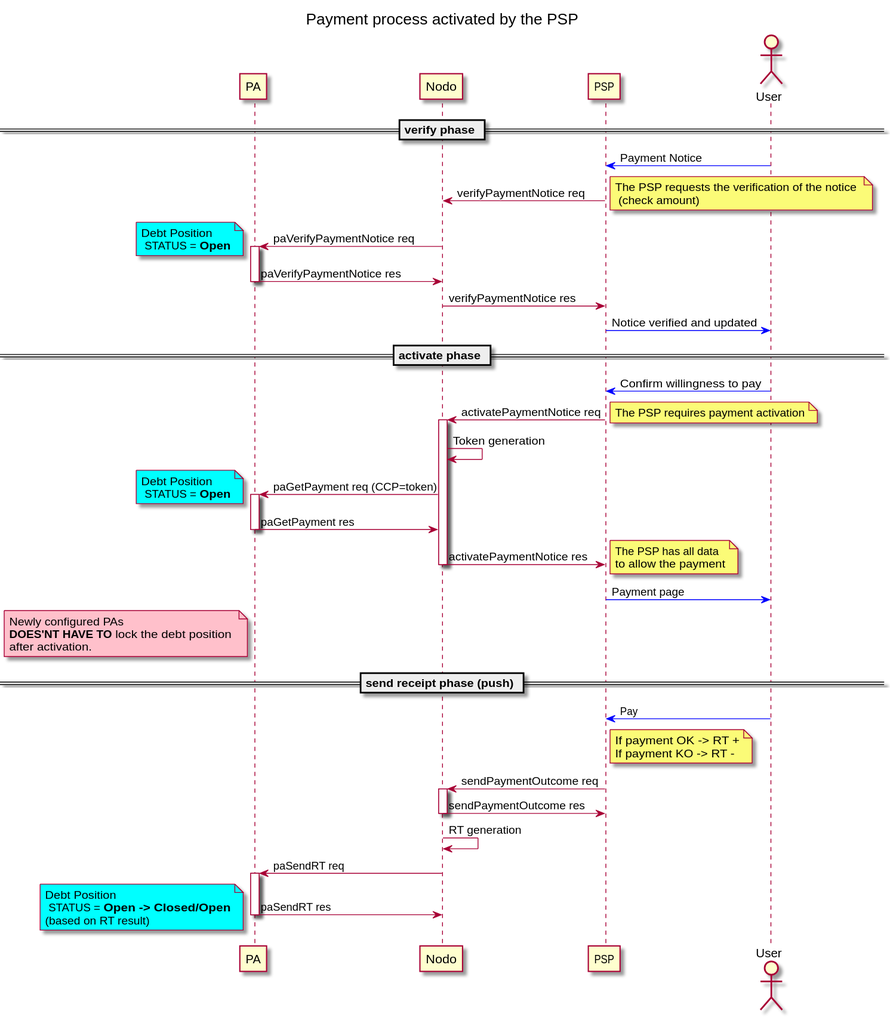
Above: api-definitions/openapi/uml_diag/seqdiag-wisplightnuovoModello3_newPA.svg in pagopa/pagopa-api (PlantUML), before the change.
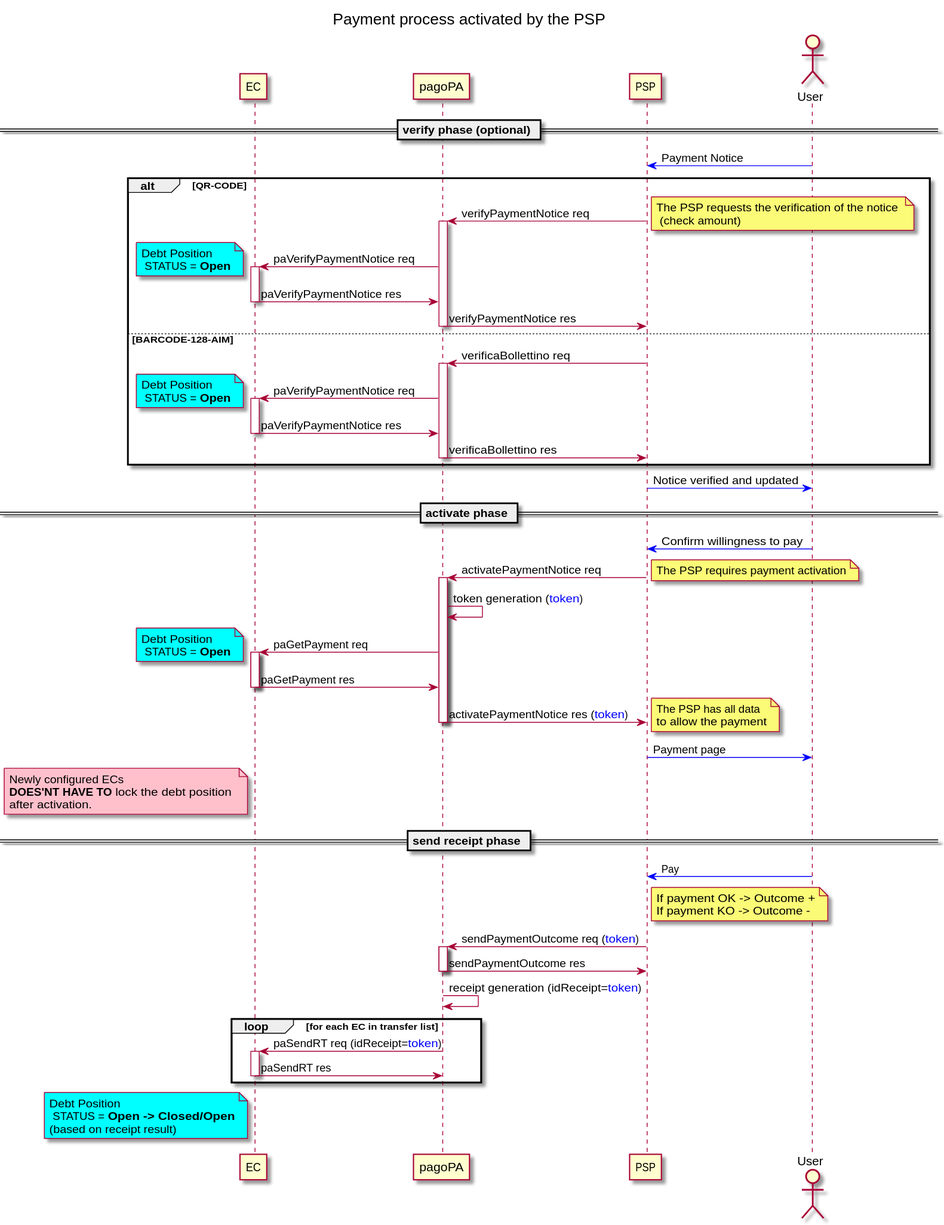
The same file after the commit.

What changed in the source:
```diff
@@ -1,58 +1,76 @@
 @startuml uml_diag/seqdiag-wisplightnuovoModello3_newPA
 title Payment process activated by the PSP
 
-participant PA
-participant Nodo
+participant EC
+participant pagoPA
 participant PSP
 actor       User
 
-== verify phase ==
+== verify phase (optional) ==
+
 User [#blue]-> PSP: Payment Notice
-PSP -> Nodo: verifyPaymentNotice req
-note right : The PSP requests the verification of the notice \n (check amount)
-Nodo -> PA: paVerifyPaymentNotice req
-note left #aqua : Debt Position\n STATUS = **Open**
-activate PA
-PA -> Nodo: paVerifyPaymentNotice res
-deactivate PA
-Nodo -> PSP: verifyPaymentNotice res
-deactivate Nodo
+
+alt QR-CODE
+    PSP -> pagoPA: verifyPaymentNotice req
+    note right : The PSP requests the verification of the notice \n (check amount)
+    activate pagoPA
+    pagoPA -> EC: paVerifyPaymentNotice req
+    note left #aqua : Debt Position\n STATUS = **Open**
+    activate EC
+    EC -> pagoPA: paVerifyPaymentNotice res
+    deactivate EC
+    pagoPA -> PSP: verifyPaymentNotice res
+    deactivate pagoPA
+else BARCODE-128-AIM
+    PSP -> pagoPA: verificaBollettino req
+    activate pagoPA
+    pagoPA -> EC: paVerifyPaymentNotice req
+    note left #aqua : Debt Position\n STATUS = **Open**
+    activate EC
+    EC -> pagoPA: paVerifyPaymentNotice res
+    deactivate EC
+    pagoPA -> PSP: verificaBollettino res
+    deactivate pagoPA
+end
+
 PSP [#blue]-> User: Notice verified and updated
 
 == activate phase ==
 User [#blue]-> PSP: Confirm willingness to pay
-PSP -> Nodo: activatePaymentNotice req
+PSP -> pagoPA: activatePaymentNotice req
 note right : The PSP requires payment activation
-activate Nodo
-Nodo -> Nodo: Token generation
-Nodo -> PA: paGetPayment req (CCP=token)
+activate pagoPA
+pagoPA -> pagoPA: token generation (<color blue>token</color>)
+pagoPA -> EC: paGetPayment req
 note left #aqua : Debt Position\n STATUS = **Open**
-activate PA
-PA -> Nodo: paGetPayment res
-deactivate PA
-Nodo -> PSP: activatePaymentNotice res
+activate EC
+EC -> pagoPA: paGetPayment res
+deactivate EC
+pagoPA -> PSP: activatePaymentNotice res (<color blue>token</color>)
 note right : The PSP has all data \nto allow the payment
-deactivate Nodo
+deactivate pagoPA
 
 PSP [#blue]-> User: Payment page
-note left PA #pink : Newly configured PAs \n**DOES'NT HAVE TO** lock the debt position \nafter activation.
+note left EC #pink : Newly configured ECs \n**DOES'NT HAVE TO** lock the debt position \nafter activation.
 
-== send receipt phase (push) ==
+== send receipt phase ==
 
 User [#blue]-> PSP: Pay
-note right PSP : If payment OK ->  RT +\nIf payment KO -> RT -
+note right PSP : If payment OK ->  Outcome +\nIf payment KO -> Outcome -
 
+PSP -> pagoPA: sendPaymentOutcome req (<color blue>token</color>)
+activate pagoPA
+pagoPA -> PSP: sendPaymentOutcome res
+deactivate pagoPA
+pagoPA -> pagoPA: receipt generation (idReceipt=<color blue>token</color>)
 
-PSP -> Nodo: sendPaymentOutcome req
-activate Nodo
-Nodo -> PSP: sendPaymentOutcome res
-deactivate Nodo
-Nodo -> Nodo: RT generation
-Nodo -> PA: paSendRT req
-activate PA
-PA -> Nodo: paSendRT res
-deactivate PA
-note left #aqua : Debt Position\n STATUS = **Open -> Closed/Open**\n(based on RT result)
+loop for each EC in transfer list
+    pagoPA -> EC: paSendRT req (idReceipt=<color blue>token</color>)
+    activate EC
+    EC -> pagoPA: paSendRT res
+    deactivate EC
+end
 
+note left EC #aqua: Debt Position\n STATUS = **Open -> Closed/Open**\n(based on receipt result)
 
 @enduml
```
